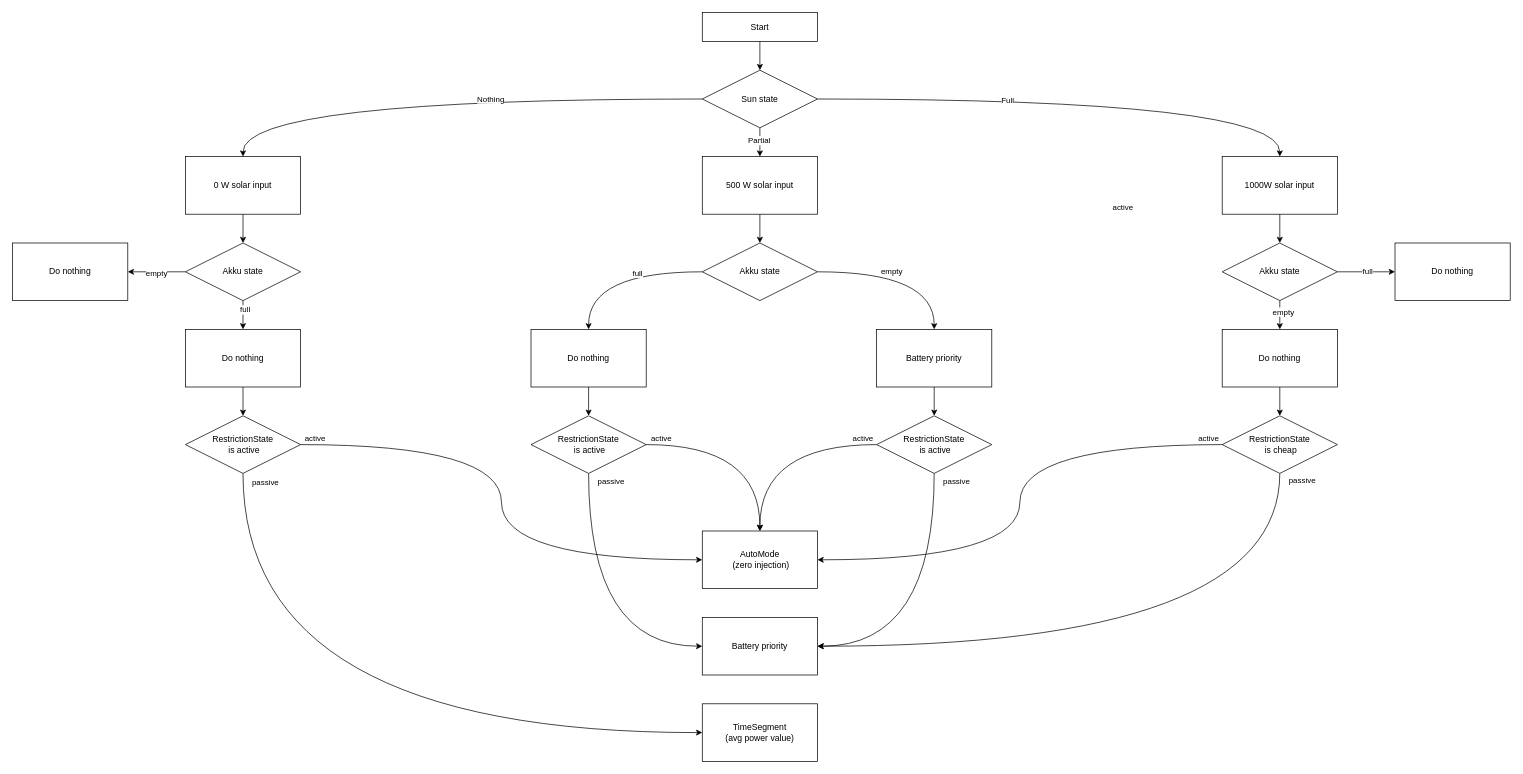
Before: page "Seite-3" (3 of 3) of EnergyAutomate/EnergyAutomate/EnergieAutomation.drawio in ahSidata/GenericSoftware, a draw.io diagram. Source tidied: cells renumbered, new cells numbered last; positions are measured from the earlier drawing's top-left corner, leaving out a move shared by most shapes. Both pictures are drawn from the tidied source at 72%, with x=0, y=0 at pixel (12, 12).
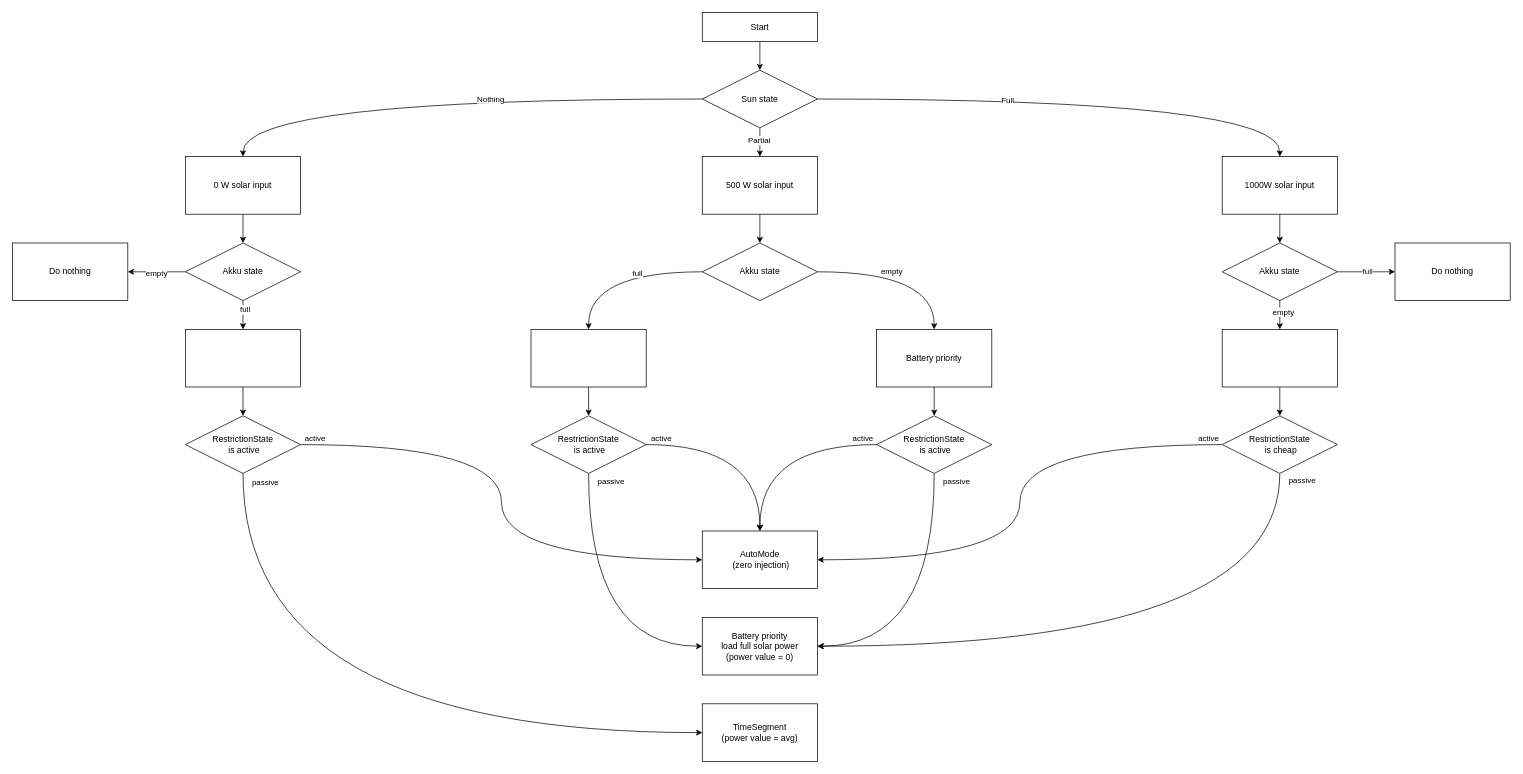
Above is the later version.

Unchanged cells that the change refers to:
```xml
<mxCell id="59" style="edgeStyle=orthogonalEdgeStyle;rounded=0;jettySize=auto;html=1;curved=1;entryX=1;entryY=0.5;entryDx=0;entryDy=0;exitX=0;exitY=0.5;exitDx=0;exitDy=0;" parent="1" edge="1" source="58" target="45">
  <mxGeometry relative="1" as="geometry" />
</mxCell>
```

The edit, as a diff of the source:
```diff
@@
-    <mxCell id="39" value="Do nothing" style="whiteSpace=wrap;html=1;" parent="1" vertex="1">
+    <mxCell id="39" style="whiteSpace=wrap;html=1;" parent="1" vertex="1">
       <mxGeometry x="240" y="440" width="160" height="80" as="geometry" />
     </mxCell>
@@
-    <mxCell id="46" value="TimeSegment &lt;br&gt;(avg power value)" style="whiteSpace=wrap;html=1;" parent="1" vertex="1">
+    <mxCell id="46" value="TimeSegment &lt;br&gt;(power value = avg)" style="whiteSpace=wrap;html=1;" parent="1" vertex="1">
       <mxGeometry x="957.9" y="960" width="160" height="80" as="geometry" />
     </mxCell>
@@
-    <mxCell id="48" value="Do nothing" style="whiteSpace=wrap;html=1;" parent="1" vertex="1">
+    <mxCell id="48" style="whiteSpace=wrap;html=1;" parent="1" vertex="1">
       <mxGeometry x="720" y="440" width="160" height="80" as="geometry" />
     </mxCell>
@@
-    <mxCell id="55" value="Do nothing" style="whiteSpace=wrap;html=1;" parent="1" vertex="1">
+    <mxCell id="55" style="whiteSpace=wrap;html=1;" parent="1" vertex="1">
       <mxGeometry x="1680" y="440" width="160" height="80" as="geometry" />
     </mxCell>
@@
-    <mxCell id="60" value="active" style="edgeLabel;html=1;align=center;verticalAlign=middle;" parent="59" vertex="1">
-      <mxGeometry x="-0.27" y="-5" relative="1" as="geometry">
-        <mxPoint x="125" y="-325" as="offset" />
-      </mxGeometry>
-    </mxCell>
@@
-    <mxCell id="62" value="Battery priority" style="whiteSpace=wrap;html=1;" parent="1" vertex="1">
+    <mxCell id="62" value="Battery priority&lt;br&gt;load full solar power&lt;br&gt;(power value = 0)" style="whiteSpace=wrap;html=1;" parent="1" vertex="1">
       <mxGeometry x="957.9" y="840" width="160" height="80" as="geometry" />
     </mxCell>
```
